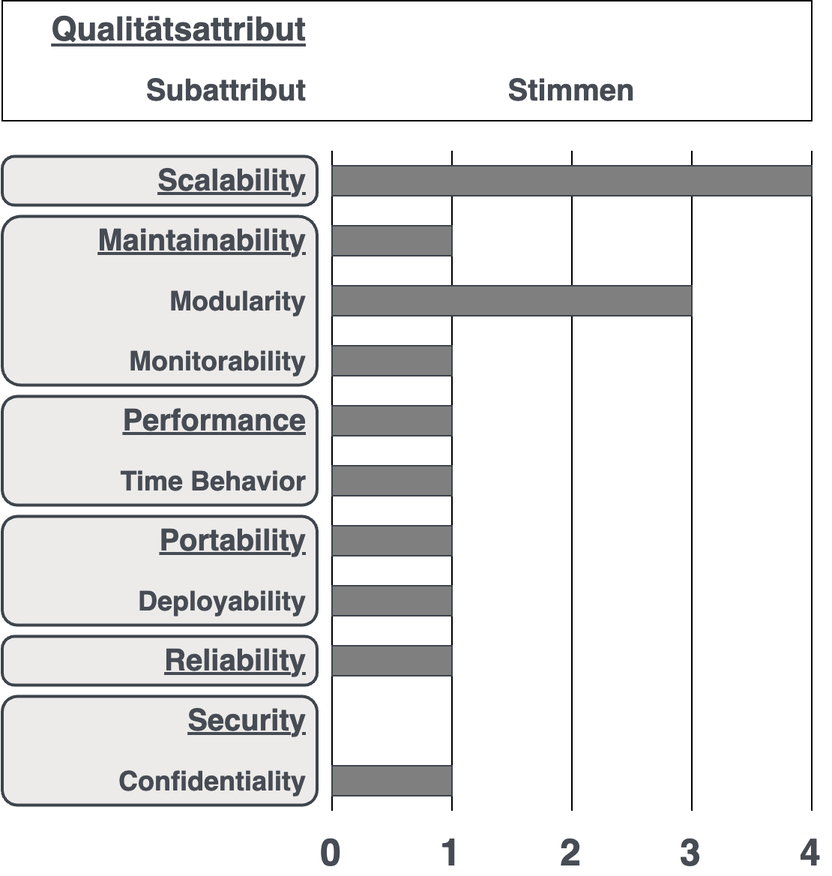
Before: graphics/qas-priority.drawio.png, a diagram exported from draw.io (axherrm/bachelorarbeit). Source tidied: cells renumbered, new cells last; positions are measured from the earlier drawing's top-left corner, leaving out a move shared by most shapes.
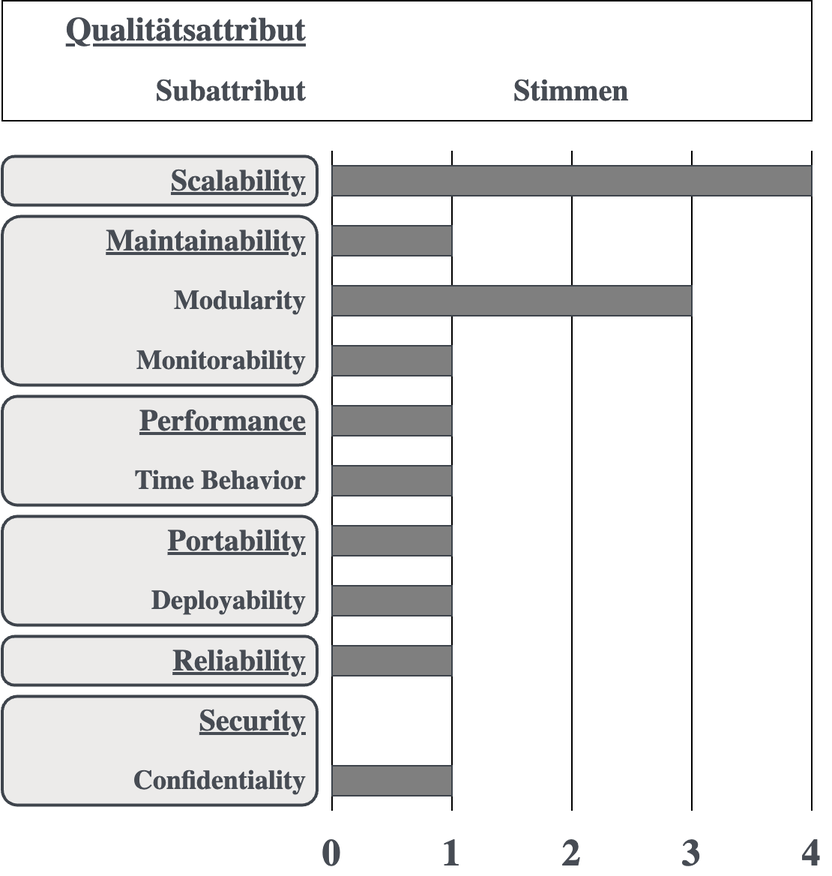
After the change.

Change to the diagram source:
```diff
@@ -4,24 +4,24 @@
     <mxCell id="1" parent="0" />
-    <mxCell id="2" style="rounded=1;whiteSpace=wrap;html=1;align=left;spacingLeft=4;fontSize=18;fontStyle=1;fillColor=#ECEBEA;strokeColor=#3e444c;strokeWidth=2;rotation=0;arcSize=14;" parent="1" vertex="1">
+    <mxCell id="2" style="rounded=1;whiteSpace=wrap;html=1;align=left;spacingLeft=4;fontSize=18;fontStyle=1;fillColor=#ECEBEA;strokeColor=#3e444c;strokeWidth=2;rotation=0;arcSize=14;fontFamily=TeX Gyre Termes;" parent="1" vertex="1">
       <mxGeometry y="463.8" width="210" height="72.5" as="geometry" />
     </mxCell>
-    <mxCell id="3" style="rounded=1;whiteSpace=wrap;html=1;align=left;spacingLeft=4;fontSize=18;fontStyle=1;fillColor=#ECEBEA;strokeColor=#3e444c;strokeWidth=2;rotation=0;arcSize=14;" parent="1" vertex="1">
+    <mxCell id="3" style="rounded=1;whiteSpace=wrap;html=1;align=left;spacingLeft=4;fontSize=18;fontStyle=1;fillColor=#ECEBEA;strokeColor=#3e444c;strokeWidth=2;rotation=0;arcSize=14;fontFamily=TeX Gyre Termes;" parent="1" vertex="1">
       <mxGeometry y="343.8" width="210" height="72.5" as="geometry" />
     </mxCell>
-    <mxCell id="4" style="rounded=1;whiteSpace=wrap;html=1;align=left;spacingLeft=4;fontSize=18;fontStyle=1;fillColor=#ECEBEA;strokeColor=#3e444c;strokeWidth=2;rotation=0;arcSize=25;" parent="1" vertex="1">
+    <mxCell id="4" style="rounded=1;whiteSpace=wrap;html=1;align=left;spacingLeft=4;fontSize=18;fontStyle=1;fillColor=#ECEBEA;strokeColor=#3e444c;strokeWidth=2;rotation=0;arcSize=25;fontFamily=TeX Gyre Termes;" parent="1" vertex="1">
       <mxGeometry y="423.8" width="210" height="32.5" as="geometry" />
     </mxCell>
-    <mxCell id="5" style="rounded=1;whiteSpace=wrap;html=1;align=left;spacingLeft=4;fontSize=18;fontStyle=1;fillColor=#ECEBEA;strokeColor=#3e444c;strokeWidth=2;rotation=0;arcSize=14;" parent="1" vertex="1">
+    <mxCell id="5" style="rounded=1;whiteSpace=wrap;html=1;align=left;spacingLeft=4;fontSize=18;fontStyle=1;fillColor=#ECEBEA;strokeColor=#3e444c;strokeWidth=2;rotation=0;arcSize=14;fontFamily=TeX Gyre Termes;" parent="1" vertex="1">
       <mxGeometry y="263.8" width="210" height="72.5" as="geometry" />
     </mxCell>
-    <mxCell id="6" style="rounded=1;whiteSpace=wrap;html=1;align=left;spacingLeft=4;fontSize=18;fontStyle=1;fillColor=#ECEBEA;strokeColor=#3e444c;strokeWidth=2;rotation=0;arcSize=11;" parent="1" vertex="1">
+    <mxCell id="6" style="rounded=1;whiteSpace=wrap;html=1;align=left;spacingLeft=4;fontSize=18;fontStyle=1;fillColor=#ECEBEA;strokeColor=#3e444c;strokeWidth=2;rotation=0;arcSize=11;fontFamily=TeX Gyre Termes;" parent="1" vertex="1">
       <mxGeometry y="143.8" width="210" height="112.5" as="geometry" />
     </mxCell>
-    <mxCell id="7" style="rounded=0;whiteSpace=wrap;html=1;" parent="1" vertex="1">
+    <mxCell id="7" style="rounded=0;whiteSpace=wrap;html=1;fontFamily=TeX Gyre Termes;" parent="1" vertex="1">
       <mxGeometry width="540" height="80" as="geometry" />
     </mxCell>
-    <mxCell id="8" style="rounded=1;whiteSpace=wrap;html=1;align=left;spacingLeft=4;fontSize=18;fontStyle=1;fillColor=#ECEBEA;strokeColor=#3e444c;strokeWidth=2;rotation=0;arcSize=25;" parent="1" vertex="1">
+    <mxCell id="8" style="rounded=1;whiteSpace=wrap;html=1;align=left;spacingLeft=4;fontSize=18;fontStyle=1;fillColor=#ECEBEA;strokeColor=#3e444c;strokeWidth=2;rotation=0;arcSize=25;fontFamily=TeX Gyre Termes;" parent="1" vertex="1">
       <mxGeometry y="103.8" width="210" height="32.5" as="geometry" />
     </mxCell>
-    <mxCell id="9" style="endArrow=none;html=1;rounded=0;" parent="1" edge="1">
+    <mxCell id="9" style="endArrow=none;html=1;rounded=0;fontFamily=TeX Gyre Termes;" parent="1" edge="1">
       <mxGeometry relative="1" as="geometry">
@@ -31,3 +31,3 @@
     </mxCell>
-    <mxCell id="10" style="endArrow=none;html=1;rounded=0;" parent="1" edge="1">
+    <mxCell id="10" style="endArrow=none;html=1;rounded=0;fontFamily=TeX Gyre Termes;" parent="1" edge="1">
       <mxGeometry relative="1" as="geometry">
@@ -37,3 +37,3 @@
     </mxCell>
-    <mxCell id="11" style="endArrow=none;html=1;rounded=0;" parent="1" edge="1">
+    <mxCell id="11" style="endArrow=none;html=1;rounded=0;fontFamily=TeX Gyre Termes;" parent="1" edge="1">
       <mxGeometry relative="1" as="geometry">
@@ -43,3 +43,3 @@
     </mxCell>
-    <mxCell id="12" style="endArrow=none;html=1;rounded=0;" parent="1" edge="1">
+    <mxCell id="12" style="endArrow=none;html=1;rounded=0;fontFamily=TeX Gyre Termes;" parent="1" edge="1">
       <mxGeometry relative="1" as="geometry">
@@ -49,3 +49,3 @@
     </mxCell>
-    <mxCell id="13" style="endArrow=none;html=1;rounded=0;" parent="1" edge="1">
+    <mxCell id="13" style="endArrow=none;html=1;rounded=0;fontFamily=TeX Gyre Termes;" parent="1" edge="1">
       <mxGeometry relative="1" as="geometry">
@@ -55,87 +55,87 @@
     </mxCell>
-    <mxCell id="14" value="Monitorability" style="text;html=1;strokeColor=none;fillColor=none;align=right;verticalAlign=middle;whiteSpace=wrap;rounded=0;fontStyle=1;fontSize=18;fontColor=#474C54;" parent="1" vertex="1">
+    <mxCell id="14" value="Monitorability" style="text;html=1;strokeColor=none;fillColor=none;align=right;verticalAlign=middle;whiteSpace=wrap;rounded=0;fontStyle=1;fontSize=18;fontColor=#474C54;fontFamily=TeX Gyre Termes;" parent="1" vertex="1">
       <mxGeometry x="10" y="225" width="195" height="30" as="geometry" />
     </mxCell>
-    <mxCell id="15" value="Time Behavior" style="text;html=1;strokeColor=none;fillColor=none;align=right;verticalAlign=middle;whiteSpace=wrap;rounded=0;fontStyle=1;fontSize=18;fontColor=#474C54;" parent="1" vertex="1">
+    <mxCell id="15" value="Time Behavior" style="text;html=1;strokeColor=none;fillColor=none;align=right;verticalAlign=middle;whiteSpace=wrap;rounded=0;fontStyle=1;fontSize=18;fontColor=#474C54;fontFamily=TeX Gyre Termes;" parent="1" vertex="1">
       <mxGeometry x="10" y="305" width="195" height="30" as="geometry" />
     </mxCell>
-    <mxCell id="16" value="Deployability" style="text;html=1;strokeColor=none;fillColor=none;align=right;verticalAlign=middle;whiteSpace=wrap;rounded=0;fontStyle=1;fontSize=18;fontColor=#474C54;" parent="1" vertex="1">
+    <mxCell id="16" value="Deployability" style="text;html=1;strokeColor=none;fillColor=none;align=right;verticalAlign=middle;whiteSpace=wrap;rounded=0;fontStyle=1;fontSize=18;fontColor=#474C54;fontFamily=TeX Gyre Termes;" parent="1" vertex="1">
       <mxGeometry x="10" y="385" width="195" height="30" as="geometry" />
     </mxCell>
-    <mxCell id="17" style="rounded=0;whiteSpace=wrap;html=1;fillColor=#7F7F7F;strokeColor=#3E444C;" parent="1" vertex="1">
+    <mxCell id="17" style="rounded=0;whiteSpace=wrap;html=1;fillColor=#7F7F7F;strokeColor=#3E444C;fontFamily=TeX Gyre Termes;" parent="1" vertex="1">
       <mxGeometry x="220" y="110" width="320" height="20" as="geometry" />
     </mxCell>
-    <mxCell id="18" style="rounded=0;whiteSpace=wrap;html=1;fillColor=#7F7F7F;strokeColor=#3E444C;" parent="1" vertex="1">
+    <mxCell id="18" style="rounded=0;whiteSpace=wrap;html=1;fillColor=#7F7F7F;strokeColor=#3E444C;fontFamily=TeX Gyre Termes;" parent="1" vertex="1">
       <mxGeometry x="220" y="190" width="240" height="20" as="geometry" />
     </mxCell>
-    <mxCell id="19" style="rounded=0;whiteSpace=wrap;html=1;fillColor=#7F7F7F;strokeColor=#3E444C;" parent="1" vertex="1">
+    <mxCell id="19" style="rounded=0;whiteSpace=wrap;html=1;fillColor=#7F7F7F;strokeColor=#3E444C;fontFamily=TeX Gyre Termes;" parent="1" vertex="1">
       <mxGeometry x="220" y="230" width="80" height="20" as="geometry" />
     </mxCell>
-    <mxCell id="20" style="rounded=0;whiteSpace=wrap;html=1;fillColor=#7F7F7F;strokeColor=#3E444C;" parent="1" vertex="1">
+    <mxCell id="20" style="rounded=0;whiteSpace=wrap;html=1;fillColor=#7F7F7F;strokeColor=#3E444C;fontFamily=TeX Gyre Termes;" parent="1" vertex="1">
       <mxGeometry x="220" y="310" width="80" height="20" as="geometry" />
     </mxCell>
-    <mxCell id="21" style="rounded=0;whiteSpace=wrap;html=1;fillColor=#7F7F7F;strokeColor=#3E444C;" parent="1" vertex="1">
+    <mxCell id="21" style="rounded=0;whiteSpace=wrap;html=1;fillColor=#7F7F7F;strokeColor=#3E444C;fontFamily=TeX Gyre Termes;" parent="1" vertex="1">
       <mxGeometry x="220" y="350" width="80" height="20" as="geometry" />
     </mxCell>
-    <mxCell id="22" style="rounded=0;whiteSpace=wrap;html=1;fillColor=#7F7F7F;strokeColor=#3E444C;" parent="1" vertex="1">
+    <mxCell id="22" style="rounded=0;whiteSpace=wrap;html=1;fillColor=#7F7F7F;strokeColor=#3E444C;fontFamily=TeX Gyre Termes;" parent="1" vertex="1">
       <mxGeometry x="220" y="390" width="80" height="20" as="geometry" />
     </mxCell>
-    <mxCell id="23" style="rounded=0;whiteSpace=wrap;html=1;fillColor=#7F7F7F;strokeColor=#3E444C;" parent="1" vertex="1">
+    <mxCell id="23" style="rounded=0;whiteSpace=wrap;html=1;fillColor=#7F7F7F;strokeColor=#3E444C;fontFamily=TeX Gyre Termes;" parent="1" vertex="1">
       <mxGeometry x="220" y="430" width="80" height="20" as="geometry" />
     </mxCell>
-    <mxCell id="24" style="rounded=0;whiteSpace=wrap;html=1;fillColor=#7F7F7F;strokeColor=#3E444C;" parent="1" vertex="1">
+    <mxCell id="24" style="rounded=0;whiteSpace=wrap;html=1;fillColor=#7F7F7F;strokeColor=#3E444C;fontFamily=TeX Gyre Termes;" parent="1" vertex="1">
       <mxGeometry x="220" y="510" width="80" height="20" as="geometry" />
     </mxCell>
-    <mxCell id="25" value="Confidentiality" style="text;html=1;strokeColor=none;fillColor=none;align=right;verticalAlign=middle;whiteSpace=wrap;rounded=0;fontStyle=1;fontSize=18;fontColor=#474C54;" parent="1" vertex="1">
+    <mxCell id="25" value="Confidentiality" style="text;html=1;strokeColor=none;fillColor=none;align=right;verticalAlign=middle;whiteSpace=wrap;rounded=0;fontStyle=1;fontSize=18;fontColor=#474C54;fontFamily=TeX Gyre Termes;" parent="1" vertex="1">
       <mxGeometry x="10" y="505" width="195" height="30" as="geometry" />
     </mxCell>
-    <mxCell id="26" value="0" style="text;html=1;strokeColor=none;fillColor=none;align=center;verticalAlign=middle;whiteSpace=wrap;rounded=0;fontStyle=1;fontSize=25;fontColor=#474C54;" parent="1" vertex="1">
+    <mxCell id="26" value="0" style="text;html=1;strokeColor=none;fillColor=none;align=center;verticalAlign=middle;whiteSpace=wrap;rounded=0;fontStyle=1;fontSize=25;fontColor=#474C54;fontFamily=TeX Gyre Termes;" parent="1" vertex="1">
       <mxGeometry x="206" y="553" width="27.5" height="30" as="geometry" />
     </mxCell>
-    <mxCell id="27" value="1" style="text;html=1;strokeColor=none;fillColor=none;align=center;verticalAlign=middle;whiteSpace=wrap;rounded=0;fontStyle=1;fontSize=25;fontColor=#474C54;" parent="1" vertex="1">
+    <mxCell id="27" value="1" style="text;html=1;strokeColor=none;fillColor=none;align=center;verticalAlign=middle;whiteSpace=wrap;rounded=0;fontStyle=1;fontSize=25;fontColor=#474C54;fontFamily=TeX Gyre Termes;" parent="1" vertex="1">
       <mxGeometry x="286.2" y="553" width="27.5" height="30" as="geometry" />
     </mxCell>
-    <mxCell id="28" value="2" style="text;html=1;strokeColor=none;fillColor=none;align=center;verticalAlign=middle;whiteSpace=wrap;rounded=0;fontStyle=1;fontSize=25;fontColor=#474C54;" parent="1" vertex="1">
+    <mxCell id="28" value="2" style="text;html=1;strokeColor=none;fillColor=none;align=center;verticalAlign=middle;whiteSpace=wrap;rounded=0;fontStyle=1;fontSize=25;fontColor=#474C54;fontFamily=TeX Gyre Termes;" parent="1" vertex="1">
       <mxGeometry x="366.2" y="553" width="27.5" height="30" as="geometry" />
     </mxCell>
-    <mxCell id="29" value="3" style="text;html=1;strokeColor=none;fillColor=none;align=center;verticalAlign=middle;whiteSpace=wrap;rounded=0;fontStyle=1;fontSize=25;fontColor=#474C54;" parent="1" vertex="1">
+    <mxCell id="29" value="3" style="text;html=1;strokeColor=none;fillColor=none;align=center;verticalAlign=middle;whiteSpace=wrap;rounded=0;fontStyle=1;fontSize=25;fontColor=#474C54;fontFamily=TeX Gyre Termes;" parent="1" vertex="1">
       <mxGeometry x="446" y="553" width="27.5" height="30" as="geometry" />
     </mxCell>
-    <mxCell id="30" value="4" style="text;html=1;strokeColor=none;fillColor=none;align=center;verticalAlign=middle;whiteSpace=wrap;rounded=0;fontStyle=1;fontSize=25;fontColor=#474C54;" parent="1" vertex="1">
+    <mxCell id="30" value="4" style="text;html=1;strokeColor=none;fillColor=none;align=center;verticalAlign=middle;whiteSpace=wrap;rounded=0;fontStyle=1;fontSize=25;fontColor=#474C54;fontFamily=TeX Gyre Termes;" parent="1" vertex="1">
       <mxGeometry x="526" y="553" width="27.5" height="30" as="geometry" />
     </mxCell>
-    <mxCell id="31" value="&lt;span style=&quot;border-color: var(--border-color); font-family: Helvetica; font-size: 20px; font-style: normal; font-variant-ligatures: normal; font-variant-caps: normal; letter-spacing: normal; orphans: 2; text-indent: 0px; text-transform: none; widows: 2; word-spacing: 0px; -webkit-text-stroke-width: 0px;&quot;&gt;&lt;span style=&quot;font-size: 20px;&quot;&gt;Maintainability&lt;/span&gt;&lt;/span&gt;" style="text;html=1;strokeColor=none;fillColor=none;align=right;verticalAlign=middle;whiteSpace=wrap;rounded=0;labelBackgroundColor=none;fontStyle=5;fontSize=20;fontColor=#474C54;" parent="1" vertex="1">
+    <mxCell id="31" value="&lt;span style=&quot;border-color: var(--border-color); font-size: 20px; font-style: normal; font-variant-ligatures: normal; font-variant-caps: normal; letter-spacing: normal; orphans: 2; text-indent: 0px; text-transform: none; widows: 2; word-spacing: 0px; -webkit-text-stroke-width: 0px;&quot;&gt;&lt;span style=&quot;font-size: 20px;&quot;&gt;Maintainability&lt;/span&gt;&lt;/span&gt;" style="text;html=1;strokeColor=none;fillColor=none;align=right;verticalAlign=middle;whiteSpace=wrap;rounded=0;labelBackgroundColor=none;fontStyle=5;fontSize=20;fontColor=#474C54;fontFamily=TeX Gyre Termes;" parent="1" vertex="1">
       <mxGeometry x="10" y="145" width="195" height="30" as="geometry" />
     </mxCell>
-    <mxCell id="32" value="&lt;span style=&quot;border-color: var(--border-color); font-family: Helvetica; font-size: 20px; font-style: normal; font-variant-ligatures: normal; font-variant-caps: normal; letter-spacing: normal; orphans: 2; text-indent: 0px; text-transform: none; widows: 2; word-spacing: 0px; -webkit-text-stroke-width: 0px;&quot;&gt;Scalability&lt;/span&gt;" style="text;html=1;strokeColor=none;fillColor=none;align=right;verticalAlign=middle;whiteSpace=wrap;rounded=0;labelBackgroundColor=none;fontStyle=5;fontSize=20;fontColor=#474C54;" parent="1" vertex="1">
+    <mxCell id="32" value="&lt;span style=&quot;border-color: var(--border-color); font-size: 20px; font-style: normal; font-variant-ligatures: normal; font-variant-caps: normal; letter-spacing: normal; orphans: 2; text-indent: 0px; text-transform: none; widows: 2; word-spacing: 0px; -webkit-text-stroke-width: 0px;&quot;&gt;Scalability&lt;/span&gt;" style="text;html=1;strokeColor=none;fillColor=none;align=right;verticalAlign=middle;whiteSpace=wrap;rounded=0;labelBackgroundColor=none;fontStyle=5;fontSize=20;fontColor=#474C54;fontFamily=TeX Gyre Termes;" parent="1" vertex="1">
       <mxGeometry x="10" y="105" width="195" height="30" as="geometry" />
     </mxCell>
-    <mxCell id="33" value="&lt;span style=&quot;border-color: var(--border-color); font-family: Helvetica; font-size: 20px; font-variant-ligatures: normal; font-variant-caps: normal; letter-spacing: normal; orphans: 2; text-indent: 0px; text-transform: none; widows: 2; word-spacing: 0px; -webkit-text-stroke-width: 0px;&quot;&gt;Performance&lt;/span&gt;" style="text;html=1;strokeColor=none;fillColor=none;align=right;verticalAlign=middle;whiteSpace=wrap;rounded=0;labelBackgroundColor=none;fontStyle=5;fontSize=20;fontColor=#474C54;" parent="1" vertex="1">
+    <mxCell id="33" value="&lt;span style=&quot;border-color: var(--border-color); font-size: 20px; font-variant-ligatures: normal; font-variant-caps: normal; letter-spacing: normal; orphans: 2; text-indent: 0px; text-transform: none; widows: 2; word-spacing: 0px; -webkit-text-stroke-width: 0px;&quot;&gt;Performance&lt;/span&gt;" style="text;html=1;strokeColor=none;fillColor=none;align=right;verticalAlign=middle;whiteSpace=wrap;rounded=0;labelBackgroundColor=none;fontStyle=5;fontSize=20;fontColor=#474C54;fontFamily=TeX Gyre Termes;" parent="1" vertex="1">
       <mxGeometry x="10" y="265" width="195" height="30" as="geometry" />
     </mxCell>
-    <mxCell id="34" value="&lt;span style=&quot;border-color: var(--border-color); font-family: Helvetica; font-size: 20px; font-style: normal; font-variant-ligatures: normal; font-variant-caps: normal; letter-spacing: normal; orphans: 2; text-indent: 0px; text-transform: none; widows: 2; word-spacing: 0px; -webkit-text-stroke-width: 0px;&quot;&gt;Portability&lt;/span&gt;" style="text;html=1;strokeColor=none;fillColor=none;align=right;verticalAlign=middle;whiteSpace=wrap;rounded=0;labelBackgroundColor=none;fontStyle=5;fontSize=20;fontColor=#474C54;" parent="1" vertex="1">
+    <mxCell id="34" value="&lt;span style=&quot;border-color: var(--border-color); font-size: 20px; font-style: normal; font-variant-ligatures: normal; font-variant-caps: normal; letter-spacing: normal; orphans: 2; text-indent: 0px; text-transform: none; widows: 2; word-spacing: 0px; -webkit-text-stroke-width: 0px;&quot;&gt;Portability&lt;/span&gt;" style="text;html=1;strokeColor=none;fillColor=none;align=right;verticalAlign=middle;whiteSpace=wrap;rounded=0;labelBackgroundColor=none;fontStyle=5;fontSize=20;fontColor=#474C54;fontFamily=TeX Gyre Termes;" parent="1" vertex="1">
       <mxGeometry x="10" y="345" width="195" height="30" as="geometry" />
     </mxCell>
-    <mxCell id="35" value="&lt;font style=&quot;font-size: 20px;&quot;&gt;&lt;span style=&quot;font-size: 20px;&quot;&gt;&lt;span style=&quot;font-size: 20px;&quot;&gt;Reliability&lt;/span&gt;&lt;/span&gt;&lt;/font&gt;" style="text;html=1;strokeColor=none;fillColor=none;align=right;verticalAlign=middle;whiteSpace=wrap;rounded=0;labelBackgroundColor=none;fontStyle=5;fontSize=20;fontColor=#474C54;" parent="1" vertex="1">
+    <mxCell id="35" value="&lt;font style=&quot;font-size: 20px;&quot;&gt;&lt;span style=&quot;font-size: 20px;&quot;&gt;&lt;span style=&quot;font-size: 20px;&quot;&gt;Reliability&lt;/span&gt;&lt;/span&gt;&lt;/font&gt;" style="text;html=1;strokeColor=none;fillColor=none;align=right;verticalAlign=middle;whiteSpace=wrap;rounded=0;labelBackgroundColor=none;fontStyle=5;fontSize=20;fontColor=#474C54;fontFamily=TeX Gyre Termes;" parent="1" vertex="1">
       <mxGeometry x="10" y="425" width="195" height="30" as="geometry" />
     </mxCell>
-    <mxCell id="36" value="&lt;font style=&quot;font-size: 20px;&quot;&gt;&lt;span style=&quot;font-size: 20px;&quot;&gt;&lt;span style=&quot;font-size: 20px;&quot;&gt;Security&lt;/span&gt;&lt;/span&gt;&lt;/font&gt;" style="text;html=1;strokeColor=none;fillColor=none;align=right;verticalAlign=middle;whiteSpace=wrap;rounded=0;labelBackgroundColor=none;fontStyle=5;fontSize=20;fontColor=#474C54;labelBorderColor=none;" parent="1" vertex="1">
+    <mxCell id="36" value="&lt;font style=&quot;font-size: 20px;&quot;&gt;&lt;span style=&quot;font-size: 20px;&quot;&gt;&lt;span style=&quot;font-size: 20px;&quot;&gt;Security&lt;/span&gt;&lt;/span&gt;&lt;/font&gt;" style="text;html=1;strokeColor=none;fillColor=none;align=right;verticalAlign=middle;whiteSpace=wrap;rounded=0;labelBackgroundColor=none;fontStyle=5;fontSize=20;fontColor=#474C54;labelBorderColor=none;fontFamily=TeX Gyre Termes;" parent="1" vertex="1">
       <mxGeometry x="10" y="465" width="195" height="30" as="geometry" />
     </mxCell>
-    <mxCell id="37" value="Modularity" style="text;html=1;strokeColor=none;fillColor=none;align=right;verticalAlign=middle;whiteSpace=wrap;rounded=0;fontStyle=1;fontSize=18;fontColor=#474C54;" parent="1" vertex="1">
+    <mxCell id="37" value="Modularity" style="text;html=1;strokeColor=none;fillColor=none;align=right;verticalAlign=middle;whiteSpace=wrap;rounded=0;fontStyle=1;fontSize=18;fontColor=#474C54;fontFamily=TeX Gyre Termes;" parent="1" vertex="1">
       <mxGeometry x="10" y="185" width="195" height="30" as="geometry" />
     </mxCell>
-    <mxCell id="38" style="rounded=0;whiteSpace=wrap;html=1;fillColor=#7F7F7F;strokeColor=#3E444C;" parent="1" vertex="1">
+    <mxCell id="38" style="rounded=0;whiteSpace=wrap;html=1;fillColor=#7F7F7F;strokeColor=#3E444C;fontFamily=TeX Gyre Termes;" parent="1" vertex="1">
       <mxGeometry x="220" y="270" width="80" height="20" as="geometry" />
     </mxCell>
-    <mxCell id="39" style="rounded=0;whiteSpace=wrap;html=1;fillColor=#7F7F7F;strokeColor=#3E444C;" parent="1" vertex="1">
+    <mxCell id="39" style="rounded=0;whiteSpace=wrap;html=1;fillColor=#7F7F7F;strokeColor=#3E444C;fontFamily=TeX Gyre Termes;" parent="1" vertex="1">
       <mxGeometry x="220" y="150" width="80" height="20" as="geometry" />
     </mxCell>
-    <mxCell id="40" value="Qualitätsattribut" style="text;html=1;strokeColor=none;fillColor=none;align=right;verticalAlign=middle;whiteSpace=wrap;rounded=0;fontSize=22;fontStyle=5;fontColor=#474c54;" parent="1" vertex="1">
+    <mxCell id="40" value="Qualitätsattribut" style="text;html=1;strokeColor=none;fillColor=none;align=right;verticalAlign=middle;whiteSpace=wrap;rounded=0;fontSize=22;fontStyle=5;fontColor=#474c54;fontFamily=TeX Gyre Termes;" parent="1" vertex="1">
       <mxGeometry x="10" width="195" height="40" as="geometry" />
     </mxCell>
-    <mxCell id="41" value="Subattribut" style="text;html=1;strokeColor=none;fillColor=none;align=right;verticalAlign=middle;whiteSpace=wrap;rounded=0;fontSize=20;fontStyle=1;fontColor=#474C54;" parent="1" vertex="1">
+    <mxCell id="41" value="Subattribut" style="text;html=1;strokeColor=none;fillColor=none;align=right;verticalAlign=middle;whiteSpace=wrap;rounded=0;fontSize=20;fontStyle=1;fontColor=#474C54;fontFamily=TeX Gyre Termes;" parent="1" vertex="1">
       <mxGeometry x="10" y="40" width="195" height="40" as="geometry" />
     </mxCell>
-    <mxCell id="42" value="&lt;font color=&quot;#474c54&quot;&gt;Stimmen&lt;/font&gt;" style="text;html=1;strokeColor=none;fillColor=none;align=center;verticalAlign=middle;whiteSpace=wrap;rounded=0;fontSize=20;fontStyle=1;fontColor=#7f7f7f;" parent="1" vertex="1">
+    <mxCell id="42" value="&lt;font color=&quot;#474c54&quot;&gt;Stimmen&lt;/font&gt;" style="text;html=1;strokeColor=none;fillColor=none;align=center;verticalAlign=middle;whiteSpace=wrap;rounded=0;fontSize=20;fontStyle=1;fontColor=#7f7f7f;fontFamily=TeX Gyre Termes;" parent="1" vertex="1">
       <mxGeometry x="220" y="40" width="320" height="40" as="geometry" />
```
